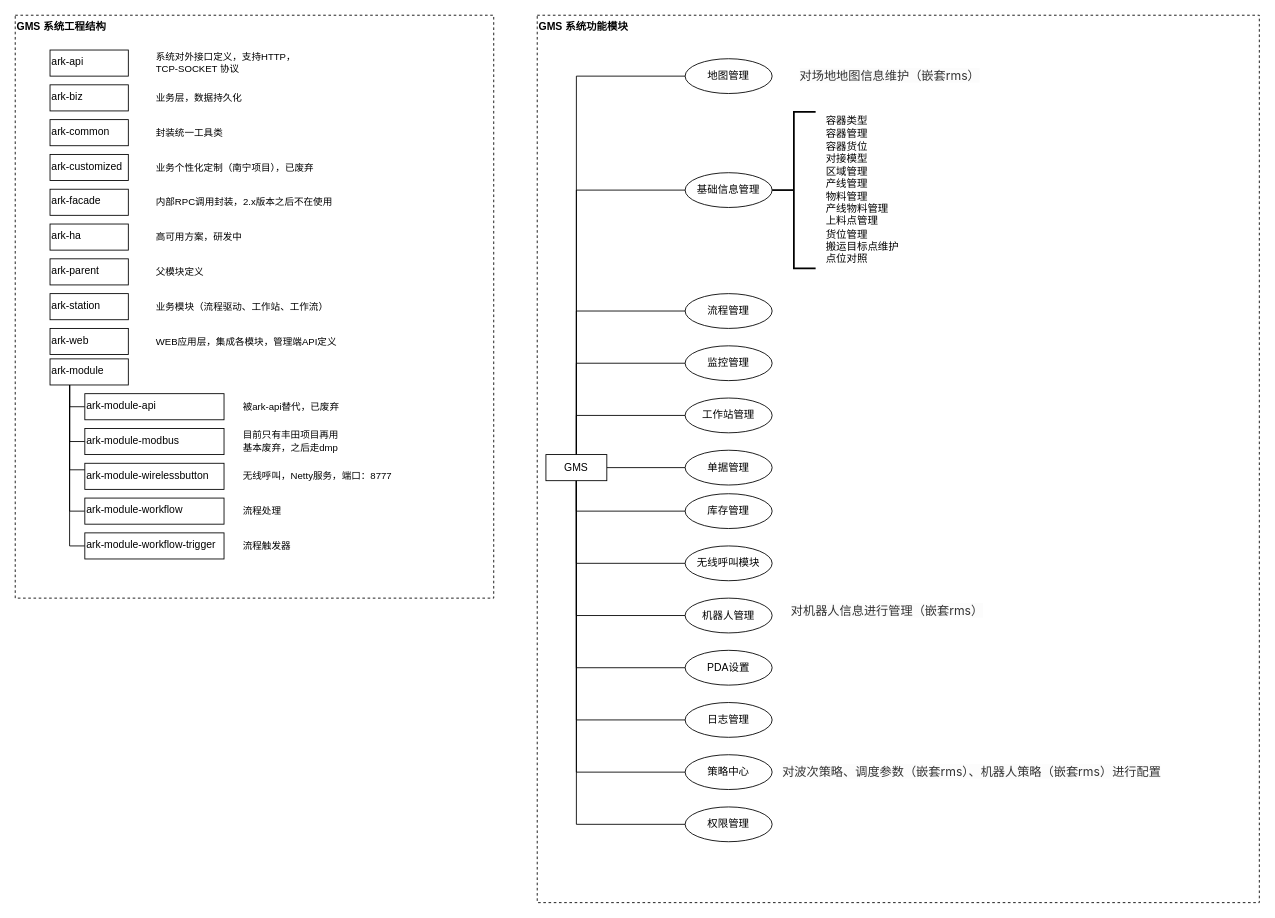
Earlier version of the draw.io diagram page "系统说明" (1 of 3) of Untitled Diagram.drawio (haojava/diagrams). Source tidied: cells renumbered, new cells numbered last; positions are measured from the earlier drawing's top-left corner, leaving out a move shared by most shapes. Both pictures are drawn from the tidied source at 87%, with x=0, y=0 at pixel (15, 15).
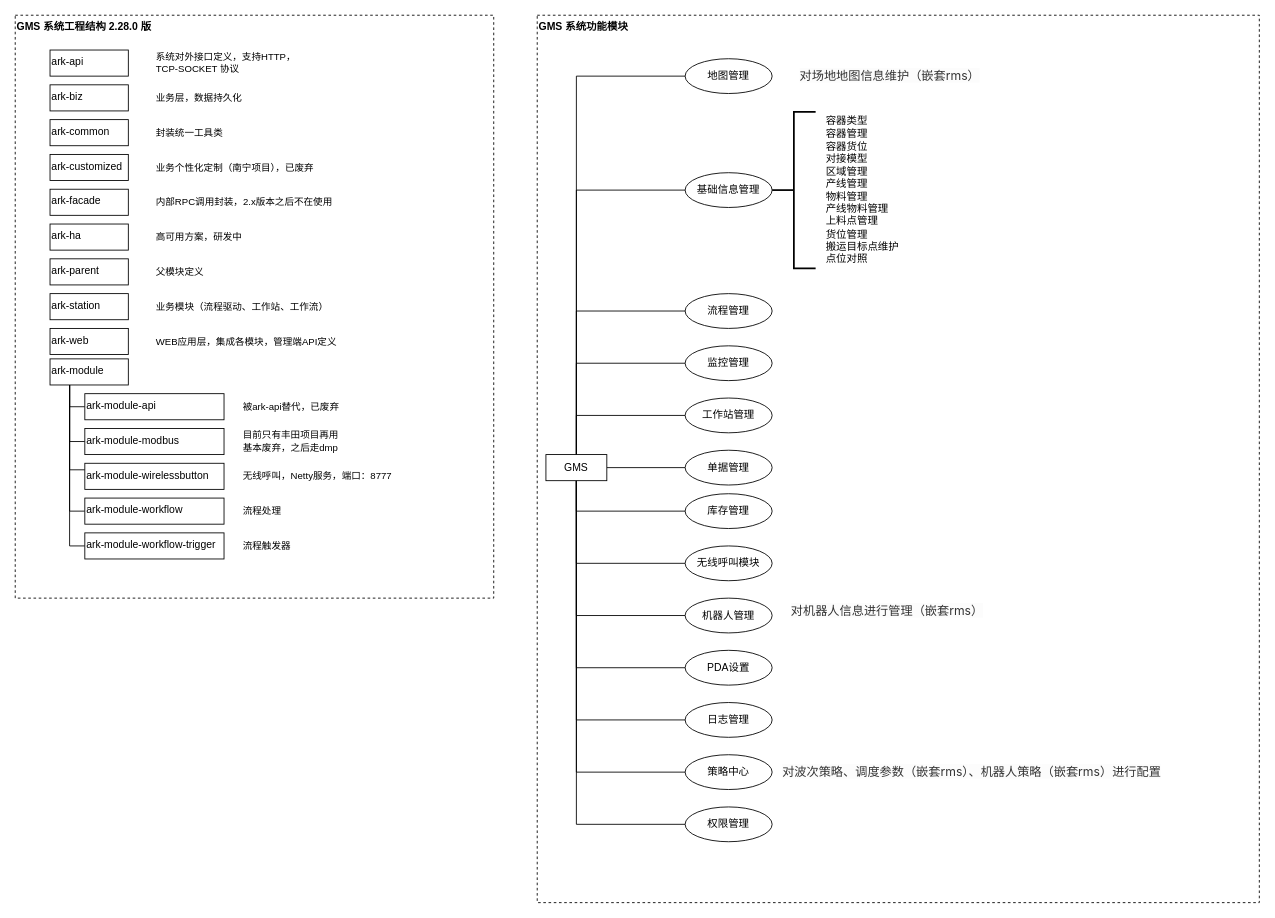
The same diagram, later.

Diff of the diagram source:
```diff
@@
-    <mxCell id="2" value="GMS 系统工程结构" style="rounded=0;whiteSpace=wrap;html=1;align=left;verticalAlign=top;dashed=1;fontStyle=1;" parent="1" vertex="1">
+    <mxCell id="2" value="GMS 系统工程结构 2.28.0 版" style="rounded=0;whiteSpace=wrap;html=1;align=left;verticalAlign=top;dashed=1;fontStyle=1;" parent="1" vertex="1">
       <mxGeometry width="550" height="670" as="geometry" />
     </mxCell>
```
